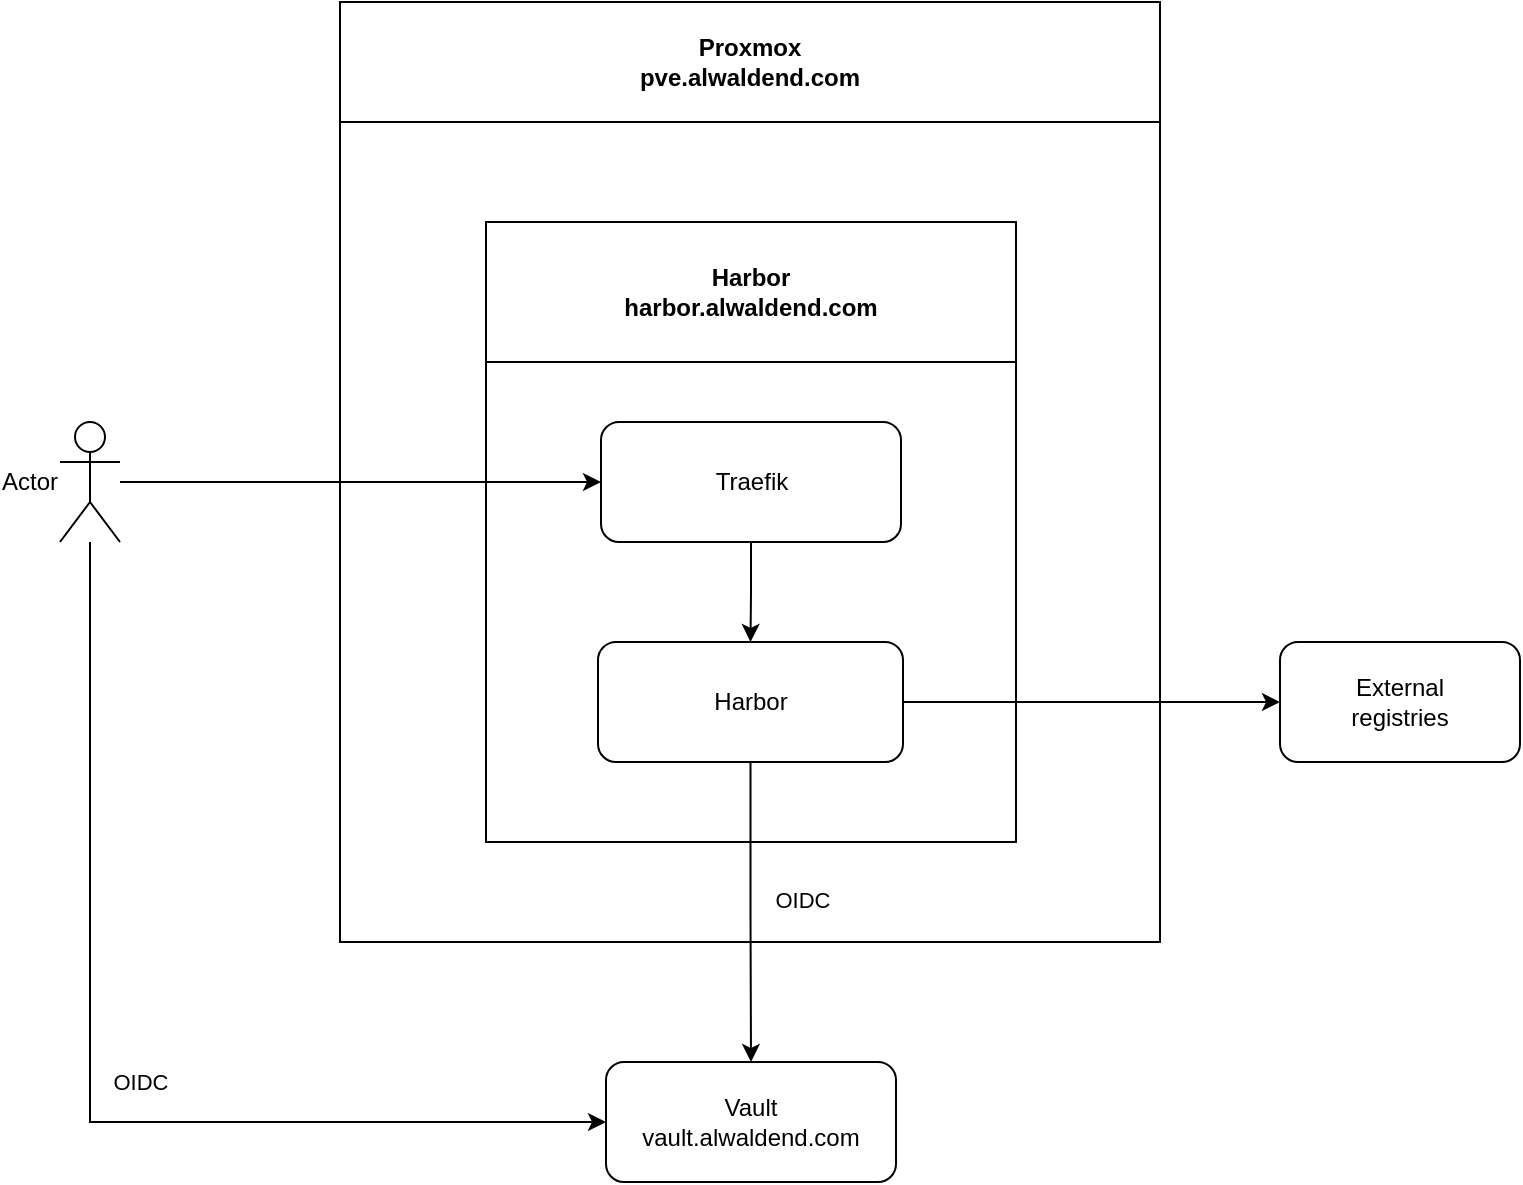
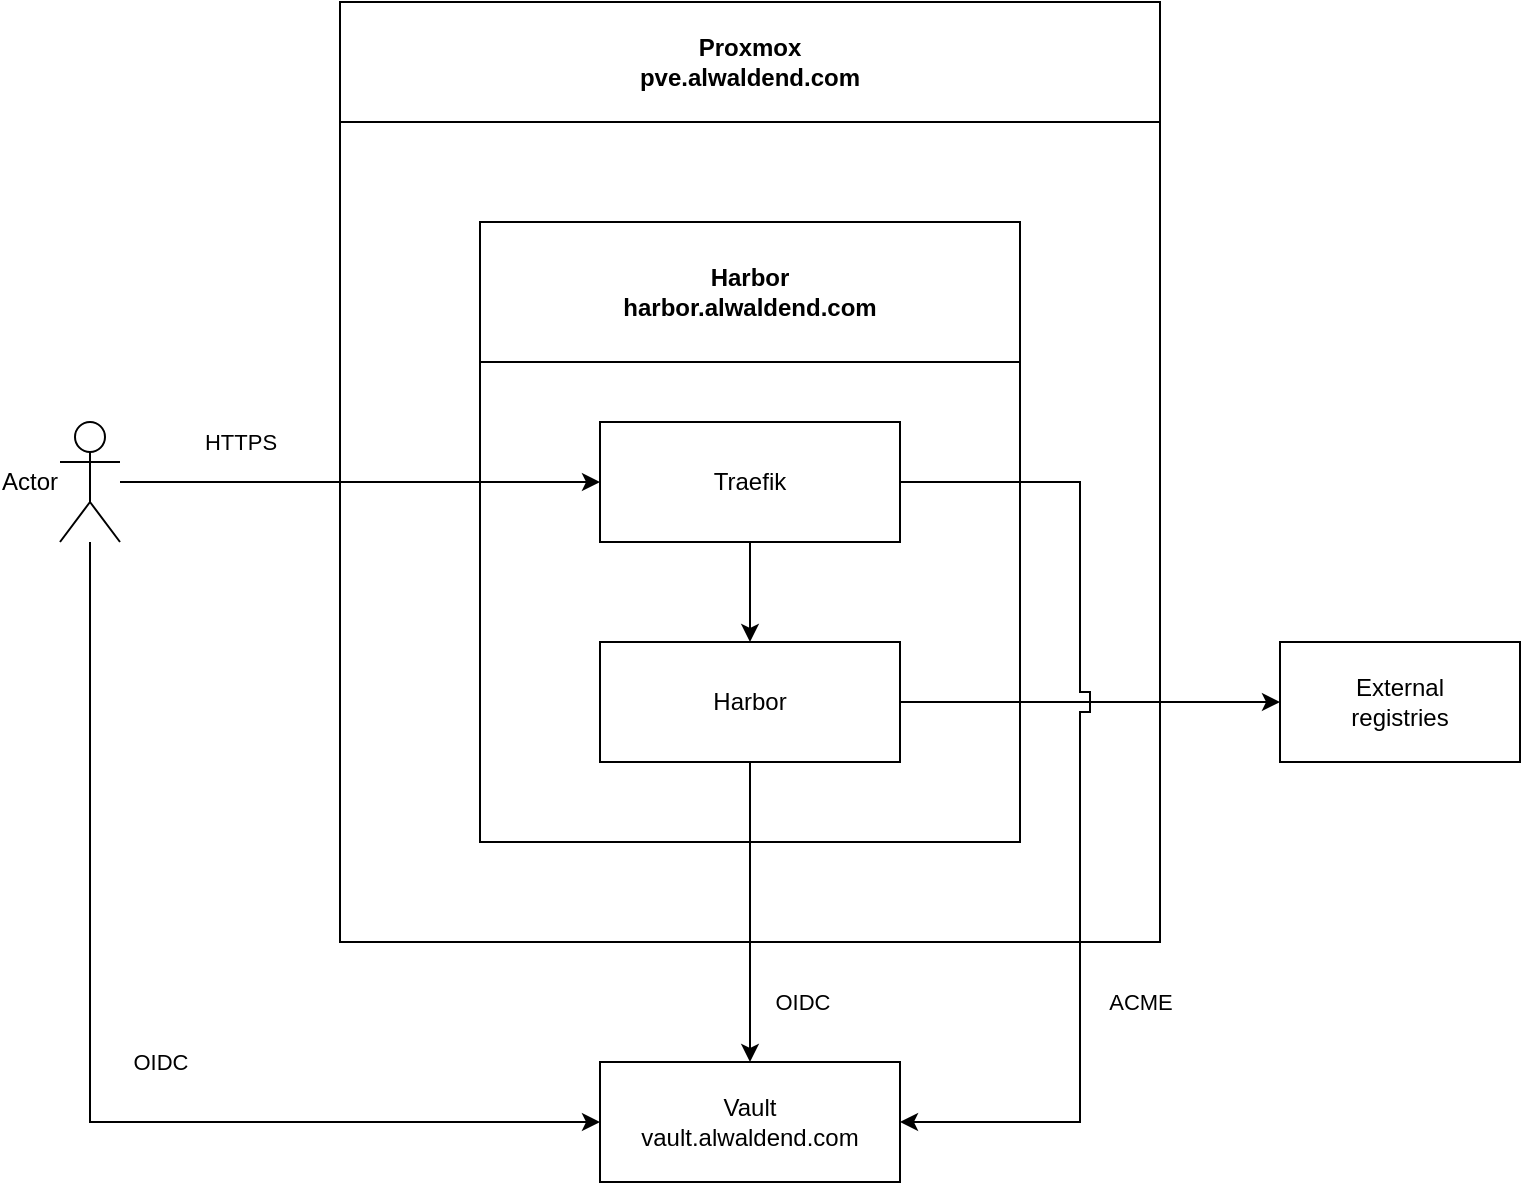
<mxfile host="Electron">
  <diagram name="Harbor" id="-YIFcF5NFIgLEo9HBhwD">
    <mxGraphModel dx="1798" dy="1073" grid="1" gridSize="10" guides="1" tooltips="1" connect="1" arrows="1" fold="1" page="1" pageScale="1" pageWidth="850" pageHeight="1100" math="0" shadow="0">
      <root>
        <mxCell id="0" />
        <mxCell id="1" parent="0" />
-         <mxCell id="U2TRrjayyH0se131Tg96-2" parent="1" style="swimlane;whiteSpace=wrap;html=1;startSize=60;" value="Proxmox&lt;br&gt;pve.alwaldend.com" vertex="1">
+         <mxCell id="U2TRrjayyH0se131Tg96-2" parent="1" style="swimlane;whiteSpace=wrap;html=1;startSize=60;rounded=0;" value="Proxmox&lt;br&gt;pve.alwaldend.com" vertex="1">
          <mxGeometry height="470" width="410" x="220" y="190" as="geometry" />
        </mxCell>
-         <mxCell id="U2TRrjayyH0se131Tg96-3" parent="U2TRrjayyH0se131Tg96-2" style="swimlane;whiteSpace=wrap;html=1;startSize=70;" value="Harbor&lt;br&gt;harbor.alwaldend.com" vertex="1">
-           <mxGeometry height="310" width="265" x="73" y="110" as="geometry" />
+         <mxCell id="U2TRrjayyH0se131Tg96-3" parent="U2TRrjayyH0se131Tg96-2" style="swimlane;whiteSpace=wrap;html=1;startSize=70;rounded=0;" value="Harbor&lt;br&gt;harbor.alwaldend.com" vertex="1">
+           <mxGeometry height="310" width="270" x="70" y="110" as="geometry" />
        </mxCell>
-         <mxCell id="U2TRrjayyH0se131Tg96-6" edge="1" parent="U2TRrjayyH0se131Tg96-3" source="U2TRrjayyH0se131Tg96-1" style="edgeStyle=orthogonalEdgeStyle;rounded=0;orthogonalLoop=1;jettySize=auto;html=1;entryX=0.5;entryY=0;entryDx=0;entryDy=0;" target="U2TRrjayyH0se131Tg96-4">
+         <mxCell id="U2TRrjayyH0se131Tg96-6" edge="1" parent="U2TRrjayyH0se131Tg96-3" source="U2TRrjayyH0se131Tg96-1" style="edgeStyle=orthogonalEdgeStyle;rounded=0;orthogonalLoop=1;jettySize=auto;html=1;entryX=0.5;entryY=0;entryDx=0;entryDy=0;jumpStyle=sharp;jumpSize=10;" target="U2TRrjayyH0se131Tg96-4">
          <mxGeometry relative="1" as="geometry" />
        </mxCell>
-         <mxCell id="U2TRrjayyH0se131Tg96-1" parent="U2TRrjayyH0se131Tg96-3" style="rounded=1;whiteSpace=wrap;html=1;" value="Traefik" vertex="1">
-           <mxGeometry height="60" width="150" x="57.5" y="100" as="geometry" />
+         <mxCell id="U2TRrjayyH0se131Tg96-1" parent="U2TRrjayyH0se131Tg96-3" style="rounded=0;whiteSpace=wrap;html=1;" value="Traefik" vertex="1">
+           <mxGeometry height="60" width="150" x="60" y="100" as="geometry" />
        </mxCell>
-         <mxCell id="U2TRrjayyH0se131Tg96-4" parent="U2TRrjayyH0se131Tg96-3" style="rounded=1;whiteSpace=wrap;html=1;" value="Harbor" vertex="1">
-           <mxGeometry height="60" width="152.5" x="56" y="210" as="geometry" />
+         <mxCell id="U2TRrjayyH0se131Tg96-4" parent="U2TRrjayyH0se131Tg96-3" style="rounded=0;whiteSpace=wrap;html=1;" value="Harbor" vertex="1">
+           <mxGeometry height="60" width="150" x="60" y="210" as="geometry" />
        </mxCell>
-         <mxCell id="U2TRrjayyH0se131Tg96-10" edge="1" parent="1" source="U2TRrjayyH0se131Tg96-5" style="edgeStyle=orthogonalEdgeStyle;rounded=0;orthogonalLoop=1;jettySize=auto;html=1;entryX=0;entryY=0.5;entryDx=0;entryDy=0;" target="U2TRrjayyH0se131Tg96-1">
+         <mxCell id="U2TRrjayyH0se131Tg96-10" edge="1" parent="1" source="U2TRrjayyH0se131Tg96-5" style="edgeStyle=orthogonalEdgeStyle;rounded=0;orthogonalLoop=1;jettySize=auto;html=1;entryX=0;entryY=0.5;entryDx=0;entryDy=0;jumpStyle=sharp;jumpSize=10;" target="U2TRrjayyH0se131Tg96-1">
          <mxGeometry relative="1" as="geometry" />
        </mxCell>
-         <mxCell id="U2TRrjayyH0se131Tg96-11" edge="1" parent="1" source="U2TRrjayyH0se131Tg96-5" style="edgeStyle=orthogonalEdgeStyle;rounded=0;orthogonalLoop=1;jettySize=auto;html=1;entryX=0;entryY=0.5;entryDx=0;entryDy=0;" target="U2TRrjayyH0se131Tg96-7">
+         <mxCell id="U2TRrjayyH0se131Tg96-17" connectable="0" parent="U2TRrjayyH0se131Tg96-10" style="edgeLabel;html=1;align=center;verticalAlign=middle;resizable=0;points=[];" value="HTTPS" vertex="1">
+           <mxGeometry relative="1" x="-0.575" y="-3" as="geometry">
+             <mxPoint x="9" y="-23" as="offset" />
+           </mxGeometry>
+         </mxCell>
+         <mxCell id="U2TRrjayyH0se131Tg96-11" edge="1" parent="1" source="U2TRrjayyH0se131Tg96-5" style="edgeStyle=orthogonalEdgeStyle;rounded=0;orthogonalLoop=1;jettySize=auto;html=1;entryX=0;entryY=0.5;entryDx=0;entryDy=0;jumpStyle=sharp;jumpSize=10;" target="U2TRrjayyH0se131Tg96-7">
          <mxGeometry relative="1" as="geometry">
            <Array as="points">
              <mxPoint x="95" y="750" />
            </Array>
          </mxGeometry>
        </mxCell>
-         <mxCell id="U2TRrjayyH0se131Tg96-12" connectable="0" parent="U2TRrjayyH0se131Tg96-11" style="edgeLabel;html=1;align=center;verticalAlign=middle;resizable=0;points=[];" value="OIDC" vertex="1">
-           <mxGeometry relative="1" x="-0.4708" as="geometry">
-             <mxPoint x="25" y="125" as="offset" />
+         <mxCell id="U2TRrjayyH0se131Tg96-12" connectable="0" parent="U2TRrjayyH0se131Tg96-11" style="edgeLabel;html=1;align=center;verticalAlign=middle;resizable=0;points=[];rounded=0;" value="OIDC" vertex="1">
+           <mxGeometry relative="1" as="geometry">
+             <mxPoint x="35" y="-13" as="offset" />
          </mxGeometry>
        </mxCell>
-         <mxCell id="U2TRrjayyH0se131Tg96-5" parent="1" style="shape=umlActor;verticalLabelPosition=middle;verticalAlign=middle;html=1;outlineConnect=0;labelPosition=left;align=right;" value="Actor" vertex="1">
+         <mxCell id="U2TRrjayyH0se131Tg96-5" parent="1" style="shape=umlActor;verticalLabelPosition=middle;verticalAlign=middle;html=1;outlineConnect=0;labelPosition=left;align=right;rounded=0;" value="Actor" vertex="1">
          <mxGeometry height="60" width="30" x="80" y="400" as="geometry" />
        </mxCell>
-         <mxCell id="U2TRrjayyH0se131Tg96-7" parent="1" style="rounded=1;whiteSpace=wrap;html=1;" value="Vault&lt;br&gt;vault.alwaldend.com" vertex="1">
-           <mxGeometry height="60" width="145" x="353" y="720" as="geometry" />
+         <mxCell id="U2TRrjayyH0se131Tg96-7" parent="1" style="rounded=0;whiteSpace=wrap;html=1;" value="Vault&lt;br&gt;vault.alwaldend.com" vertex="1">
+           <mxGeometry height="60" width="150" x="350" y="720" as="geometry" />
        </mxCell>
-         <mxCell id="U2TRrjayyH0se131Tg96-8" parent="1" style="rounded=1;whiteSpace=wrap;html=1;" value="External&lt;br&gt;registries" vertex="1">
+         <mxCell id="U2TRrjayyH0se131Tg96-8" parent="1" style="rounded=0;whiteSpace=wrap;html=1;" value="External&lt;br&gt;registries" vertex="1">
          <mxGeometry height="60" width="120" x="690" y="510" as="geometry" />
        </mxCell>
-         <mxCell id="U2TRrjayyH0se131Tg96-9" edge="1" parent="1" source="U2TRrjayyH0se131Tg96-4" style="edgeStyle=orthogonalEdgeStyle;rounded=0;orthogonalLoop=1;jettySize=auto;html=1;entryX=0;entryY=0.5;entryDx=0;entryDy=0;" target="U2TRrjayyH0se131Tg96-8">
+         <mxCell id="U2TRrjayyH0se131Tg96-9" edge="1" parent="1" source="U2TRrjayyH0se131Tg96-4" style="edgeStyle=orthogonalEdgeStyle;rounded=0;orthogonalLoop=1;jettySize=auto;html=1;entryX=0;entryY=0.5;entryDx=0;entryDy=0;jumpStyle=sharp;jumpSize=10;" target="U2TRrjayyH0se131Tg96-8">
          <mxGeometry relative="1" as="geometry" />
        </mxCell>
-         <mxCell id="U2TRrjayyH0se131Tg96-13" edge="1" parent="1" source="U2TRrjayyH0se131Tg96-4" style="edgeStyle=orthogonalEdgeStyle;rounded=0;orthogonalLoop=1;jettySize=auto;html=1;entryX=0.5;entryY=0;entryDx=0;entryDy=0;" target="U2TRrjayyH0se131Tg96-7">
+         <mxCell id="U2TRrjayyH0se131Tg96-13" edge="1" parent="1" source="U2TRrjayyH0se131Tg96-4" style="edgeStyle=orthogonalEdgeStyle;rounded=0;orthogonalLoop=1;jettySize=auto;html=1;entryX=0.5;entryY=0;entryDx=0;entryDy=0;jumpStyle=sharp;jumpSize=10;" target="U2TRrjayyH0se131Tg96-7">
          <mxGeometry relative="1" as="geometry" />
        </mxCell>
-         <mxCell id="U2TRrjayyH0se131Tg96-14" connectable="0" parent="U2TRrjayyH0se131Tg96-13" style="edgeLabel;html=1;align=center;verticalAlign=middle;resizable=0;points=[];" value="OIDC" vertex="1">
-           <mxGeometry relative="1" x="-0.0886" y="-1" as="geometry">
-             <mxPoint x="26" as="offset" />
+         <mxCell id="U2TRrjayyH0se131Tg96-14" connectable="0" parent="U2TRrjayyH0se131Tg96-13" style="edgeLabel;html=1;align=center;verticalAlign=middle;resizable=0;points=[];rounded=0;" value="OIDC" vertex="1">
+           <mxGeometry relative="1" as="geometry">
+             <mxPoint x="26" y="45" as="offset" />
+           </mxGeometry>
+         </mxCell>
+         <mxCell id="U2TRrjayyH0se131Tg96-15" edge="1" parent="1" source="U2TRrjayyH0se131Tg96-1" style="edgeStyle=orthogonalEdgeStyle;rounded=0;orthogonalLoop=1;jettySize=auto;html=1;horizontal=1;jumpStyle=sharp;jumpSize=10;" target="U2TRrjayyH0se131Tg96-7">
+           <mxGeometry relative="1" as="geometry">
+             <Array as="points">
+               <mxPoint x="590" y="430" />
+               <mxPoint x="590" y="750" />
+             </Array>
+           </mxGeometry>
+         </mxCell>
+         <mxCell id="U2TRrjayyH0se131Tg96-16" connectable="0" parent="U2TRrjayyH0se131Tg96-15" style="edgeLabel;html=1;align=center;verticalAlign=middle;resizable=0;points=[];rounded=0;" value="ACME" vertex="1">
+           <mxGeometry relative="1" as="geometry">
+             <mxPoint x="30" y="100" as="offset" />
          </mxGeometry>
        </mxCell>
      </root>
    </mxGraphModel>
  </diagram>
</mxfile>
